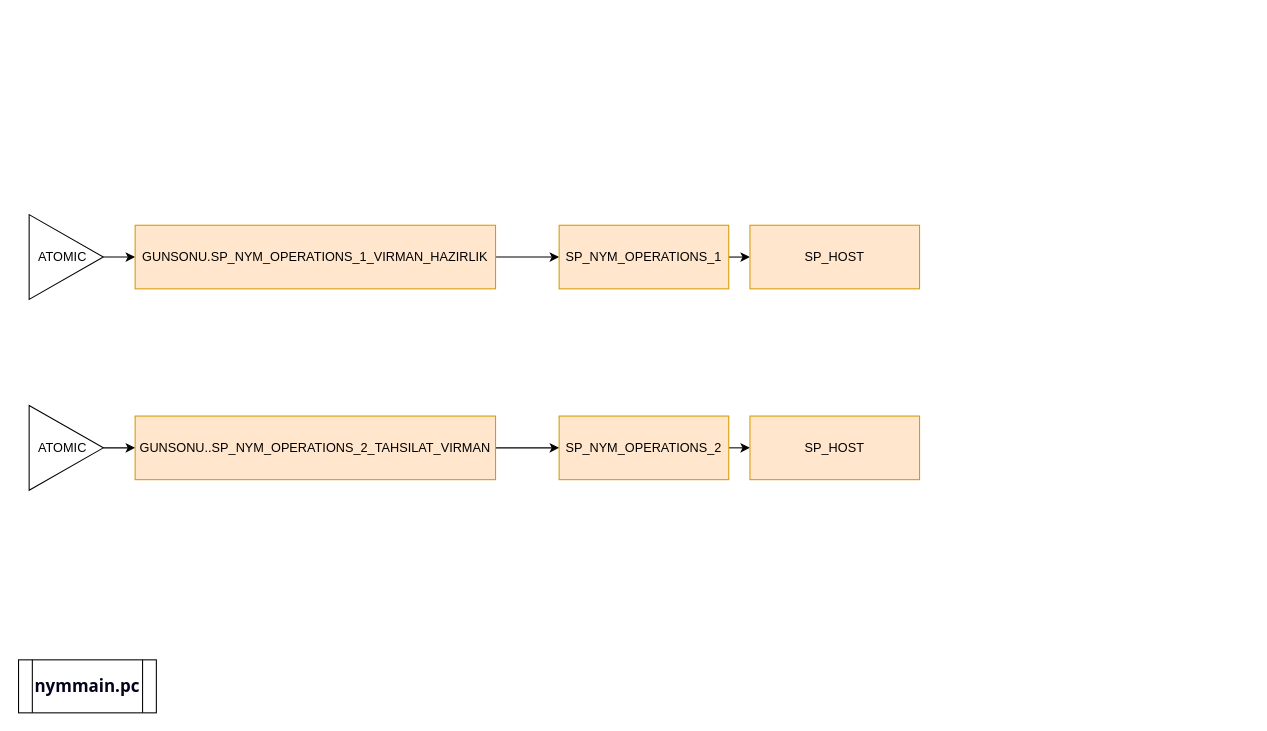
Above: virman-steps.drawio in burakaydemir/diagrams (draw.io), before the change. Source tidied: cells renumbered, new cells numbered last; positions are measured from the earlier drawing's top-left corner, leaving out a move shared by most shapes. Both pictures are drawn from the tidied source at 106%, with x=0, y=0 at pixel (18, 214).
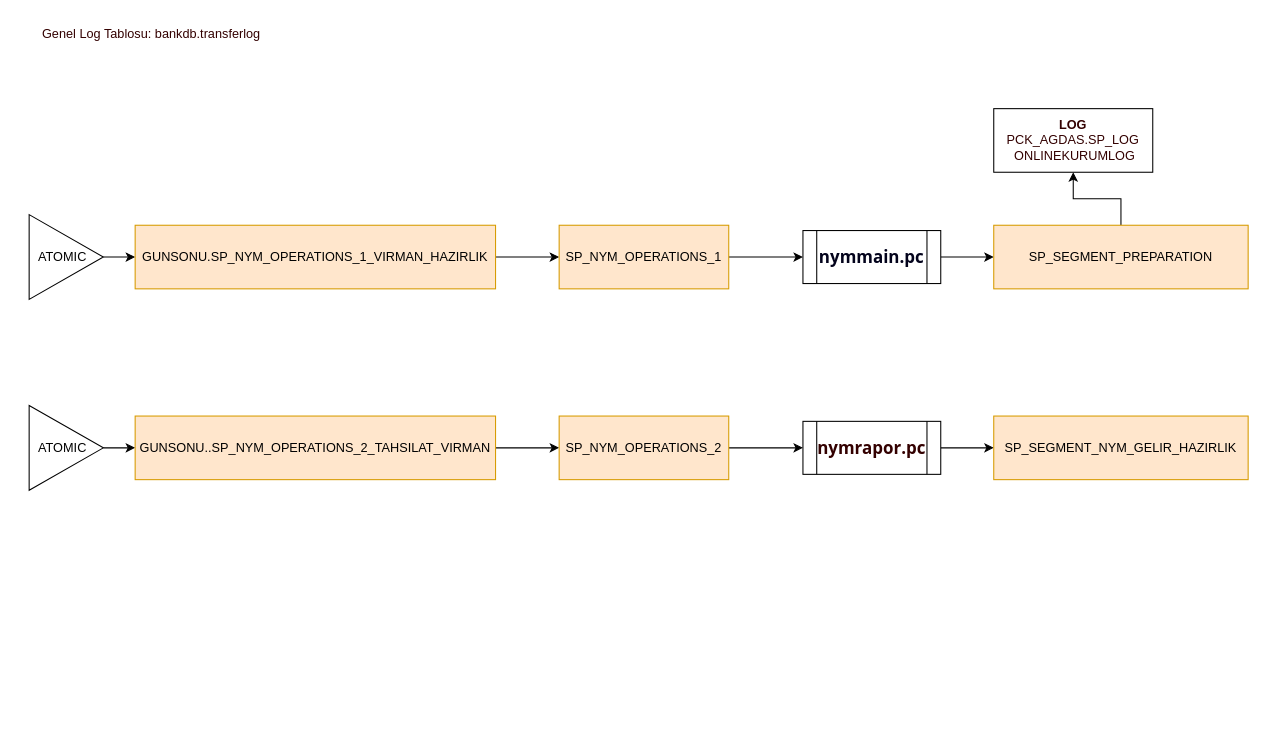
The same diagram, later.

Unchanged cells that the change refers to:
```xml
<mxCell id="7" value="SP_NYM_OPERATIONS_1" style="rounded=0;whiteSpace=wrap;html=1;fillColor=#ffe6cc;strokeColor=#d79b00;" parent="1" vertex="1">
  <mxGeometry x="510" y="10" width="160" height="60" as="geometry" />
</mxCell>
<mxCell id="15" value="SP_NYM_OPERATIONS_2" style="rounded=0;whiteSpace=wrap;html=1;fillColor=#ffe6cc;strokeColor=#d79b00;" parent="1" vertex="1">
  <mxGeometry x="510" y="190" width="160" height="60" as="geometry" />
</mxCell>
```

The edit, as a diff of the source:
```diff
@@
-    <mxCell id="6" style="edgeStyle=orthogonalEdgeStyle;rounded=0;jettySize=auto;html=1;exitX=1;exitY=0.5;exitDx=0;exitDy=0;entryX=0;entryY=0.5;entryDx=0;entryDy=0;fontColor=#03031c;" parent="1" edge="1" source="7" target="9">
-      <mxGeometry relative="1" as="geometry" />
-    </mxCell>
+    <mxCell id="17" style="edgeStyle=orthogonalEdgeStyle;rounded=0;jettySize=auto;html=1;entryX=0;entryY=0.5;entryDx=0;entryDy=0;fontColor=#03031c;" parent="1" edge="1" source="7" target="8">
+      <mxGeometry relative="1" as="geometry" />
+    </mxCell>
@@
+    <mxCell id="18" style="edgeStyle=orthogonalEdgeStyle;rounded=0;jettySize=auto;html=1;fontColor=#330000;" parent="1" edge="1" source="8" target="23">
+      <mxGeometry relative="1" as="geometry" />
+    </mxCell>
-    <mxCell id="8" value="&lt;a style=&quot;box-sizing: border-box; cursor: pointer; outline: transparent; text-decoration-line: none; transition: color 80ms cubic-bezier(0.165, 0.84, 0.44, 1) 0s, background 80ms linear 0s; font-weight: bold; font-family: &amp;quot;Segoe UI Web (West European)&amp;quot;, &amp;quot;Segoe UI&amp;quot;, -apple-system, BlinkMacSystemFont, Roboto, &amp;quot;Helvetica Neue&amp;quot;, sans-serif; font-size: 16px; text-align: start;&quot; tabindex=&quot;0&quot; href=&quot;https://devops/Legacy_Collection/FinsoftC/_versionControl#path=%24%2FFinsoftC%2Fsrc%2Ftransfer%2Fsqload%2Fnymmain.pc&amp;amp;version=T&amp;amp;_a=contents&quot; class=&quot;fileName-highlight bolt-link&quot; aria-label=&quot;Navigate to nymmain.pc&quot;&gt;&lt;font style=&quot;&quot; color=&quot;#03031c&quot;&gt;nymmain.pc&lt;/font&gt;&lt;/a&gt;" style="shape=process;whiteSpace=wrap;html=1;backgroundOutline=1;" parent="1" vertex="1">
-      <mxGeometry y="420" width="130" height="50" as="geometry" />
+    <mxCell id="8" value="&lt;font style=&quot;box-sizing: border-box; cursor: pointer; outline: transparent; text-decoration-line: none; transition: color 80ms cubic-bezier(0.165, 0.84, 0.44, 1) 0s, background 80ms linear 0s; font-weight: bold; font-family: &amp;quot;Segoe UI Web (West European)&amp;quot;, &amp;quot;Segoe UI&amp;quot;, -apple-system, BlinkMacSystemFont, Roboto, &amp;quot;Helvetica Neue&amp;quot;, sans-serif; font-size: 16px; text-align: start;&quot; color=&quot;#03031c&quot;&gt;nymmain.pc&lt;/font&gt;" style="shape=process;whiteSpace=wrap;html=1;backgroundOutline=1;" parent="1" vertex="1">
+      <mxGeometry x="740" y="15" width="130" height="50" as="geometry" />
     </mxCell>
-    <mxCell id="9" value="SP_HOST" style="rounded=0;whiteSpace=wrap;html=1;fillColor=#ffe6cc;strokeColor=#d79b00;" parent="1" vertex="1">
-      <mxGeometry x="690" y="10" width="160" height="60" as="geometry" />
-    </mxCell>
@@
-    <mxCell id="14" style="edgeStyle=orthogonalEdgeStyle;rounded=0;jettySize=auto;html=1;exitX=1;exitY=0.5;exitDx=0;exitDy=0;entryX=0;entryY=0.5;entryDx=0;entryDy=0;fontColor=#03031c;" parent="1" edge="1" source="15" target="16">
-      <mxGeometry relative="1" as="geometry" />
-    </mxCell>
+    <mxCell id="19" style="edgeStyle=orthogonalEdgeStyle;rounded=0;jettySize=auto;html=1;entryX=0;entryY=0.5;entryDx=0;entryDy=0;fontColor=#330000;" parent="1" edge="1" source="15" target="21">
+      <mxGeometry relative="1" as="geometry" />
+    </mxCell>
@@
-    <mxCell id="16" value="SP_HOST" style="rounded=0;whiteSpace=wrap;html=1;fillColor=#ffe6cc;strokeColor=#d79b00;" parent="1" vertex="1">
-      <mxGeometry x="690" y="190" width="160" height="60" as="geometry" />
-    </mxCell>
+    <mxCell id="20" style="edgeStyle=orthogonalEdgeStyle;rounded=0;jettySize=auto;html=1;fontColor=#330000;" parent="1" edge="1" source="21" target="24">
+      <mxGeometry relative="1" as="geometry" />
+    </mxCell>
+    <mxCell id="21" value="&lt;font style=&quot;box-sizing: border-box; cursor: pointer; outline: transparent; transition: color 80ms cubic-bezier(0.165, 0.84, 0.44, 1) 0s, background 80ms linear 0s; font-weight: bold; font-family: &amp;quot;Segoe UI Web (West European)&amp;quot;, &amp;quot;Segoe UI&amp;quot;, -apple-system, BlinkMacSystemFont, Roboto, &amp;quot;Helvetica Neue&amp;quot;, sans-serif; font-size: 16px; text-align: start;&quot; color=&quot;#330000&quot;&gt;nymrapor.pc&lt;/font&gt;" style="shape=process;whiteSpace=wrap;html=1;backgroundOutline=1;" parent="1" vertex="1">
+      <mxGeometry x="740" y="195" width="130" height="50" as="geometry" />
+    </mxCell>
+    <mxCell id="22" style="edgeStyle=orthogonalEdgeStyle;rounded=0;jettySize=auto;html=1;entryX=0.5;entryY=1;entryDx=0;entryDy=0;fontColor=#330000;" parent="1" edge="1" source="23" target="26">
+      <mxGeometry relative="1" as="geometry" />
+    </mxCell>
+    <mxCell id="23" value="SP_SEGMENT_PREPARATION" style="rounded=0;whiteSpace=wrap;html=1;fillColor=#ffe6cc;strokeColor=#d79b00;" parent="1" vertex="1">
+      <mxGeometry x="920" y="10" width="240" height="60" as="geometry" />
+    </mxCell>
+    <mxCell id="24" value="SP_SEGMENT_NYM_GELIR_HAZIRLIK" style="rounded=0;whiteSpace=wrap;html=1;fillColor=#ffe6cc;strokeColor=#d79b00;" parent="1" vertex="1">
+      <mxGeometry x="920" y="190" width="240" height="60" as="geometry" />
+    </mxCell>
+    <mxCell id="25" value="Genel Log Tablosu: bankdb.transferlog" style="text;html=1;align=center;verticalAlign=middle;strokeColor=none;fillColor=none;fontColor=#330000;" parent="1" vertex="1">
+      <mxGeometry x="10" y="-185" width="230" height="30" as="geometry" />
+    </mxCell>
+    <mxCell id="26" value="&lt;b&gt;LOG&lt;/b&gt;&lt;br&gt;PCK_AGDAS.SP_LOG&lt;br&gt;&amp;nbsp;ONLINEKURUMLOG" style="rounded=0;whiteSpace=wrap;html=1;labelBackgroundColor=none;fontColor=#330000;" parent="1" vertex="1">
+      <mxGeometry x="920" y="-100" width="150" height="60" as="geometry" />
+    </mxCell>
```
